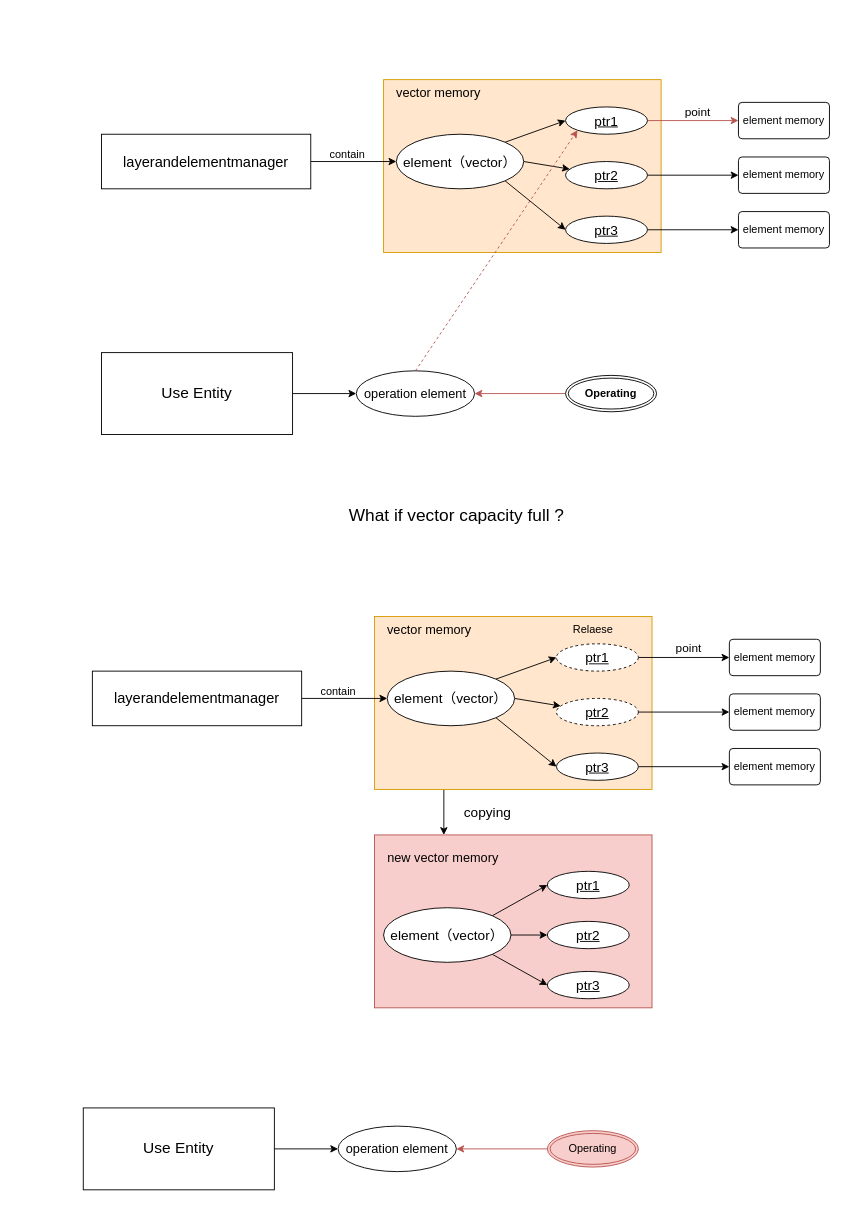
This is 崩溃猜想.drawio from Jev0987/drawioFile, a draw.io file, before an edit. Source tidied: cells renumbered, new cells numbered last; positions are measured from the earlier drawing's top-left corner, leaving out a move shared by most shapes. Both pictures are drawn from the tidied source at 91%, with x=0, y=0 at pixel (83, 79).
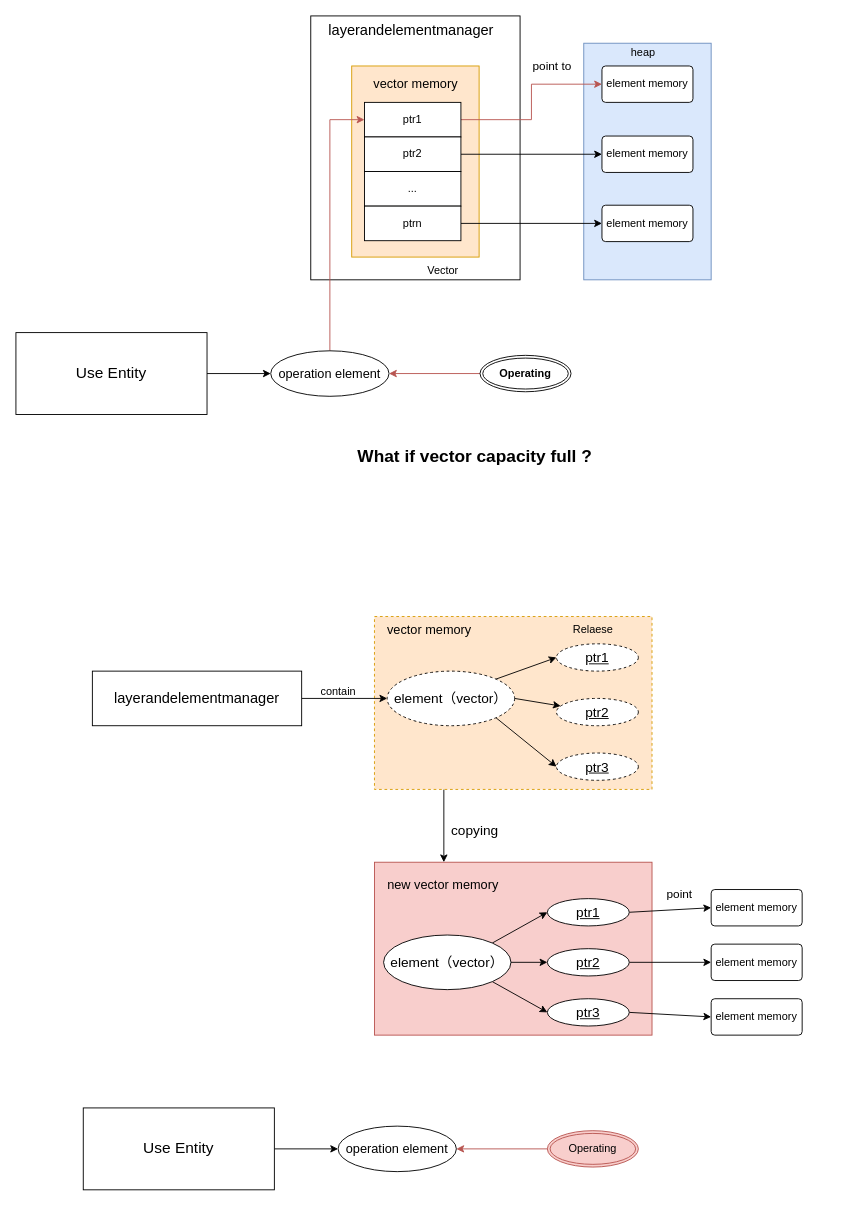
After the change.

Commit message:
更新崩溃猜想.drawio

Unchanged cells that the change refers to:
```xml
<mxCell id="39" value="ptr1" style="ellipse;whiteSpace=wrap;html=1;align=center;fontStyle=4;fontSize=15;dashed=1;" parent="1" vertex="1">
  <mxGeometry x="520" y="620" width="90" height="30" as="geometry" />
</mxCell>
<mxCell id="41" value="ptr2" style="ellipse;whiteSpace=wrap;html=1;align=center;fontStyle=4;fontSize=15;dashed=1;" parent="1" vertex="1">
  <mxGeometry x="520" y="680" width="90" height="30" as="geometry" />
</mxCell>
```

What changed in the source:
```diff
@@
+    <mxCell id="5" style="rounded=0;whiteSpace=wrap;html=1;fontSize=16;" parent="1" vertex="1">
+      <mxGeometry x="250" y="-70" width="230" height="290" as="geometry" />
+    </mxCell>
+    <mxCell id="64" style="rounded=0;whiteSpace=wrap;html=1;fillColor=#dae8fc;strokeColor=#6c8ebf;" parent="1" vertex="1">
+      <mxGeometry x="550" y="-40" width="140" height="260" as="geometry" />
+    </mxCell>
     <mxCell id="2" style="rounded=0;whiteSpace=wrap;html=1;fillColor=#f8cecc;strokeColor=#b85450;" parent="1" vertex="1">
-      <mxGeometry x="320" y="830" width="305" height="190" as="geometry" />
+      <mxGeometry x="320" y="860" width="305" height="190" as="geometry" />
     </mxCell>
     <mxCell id="3" style="rounded=0;whiteSpace=wrap;html=1;fillColor=#ffe6cc;strokeColor=#d79b00;" parent="1" vertex="1">
-      <mxGeometry x="330" width="305" height="190" as="geometry" />
+      <mxGeometry x="295" y="-15" width="140" height="210" as="geometry" />
     </mxCell>
-    <mxCell id="4" style="edgeStyle=orthogonalEdgeStyle;rounded=0;jettySize=auto;html=1;exitX=1;exitY=0.5;exitDx=0;exitDy=0;entryX=0;entryY=0.5;entryDx=0;entryDy=0;" parent="1" edge="1" source="5" target="9">
-      <mxGeometry relative="1" as="geometry" />
-    </mxCell>
-    <mxCell id="5" value="&lt;font style=&quot;font-size: 16px;&quot;&gt;layerandelementmanager&lt;/font&gt;" style="rounded=0;whiteSpace=wrap;html=1;fontSize=16;" parent="1" vertex="1">
-      <mxGeometry x="20" y="60" width="230" height="60" as="geometry" />
-    </mxCell>
-    <mxCell id="6" style="rounded=0;jettySize=auto;html=1;exitX=1;exitY=0;exitDx=0;exitDy=0;entryX=0;entryY=0.5;entryDx=0;entryDy=0;" parent="1" edge="1" source="9" target="12">
-      <mxGeometry relative="1" as="geometry" />
-    </mxCell>
-    <mxCell id="7" style="rounded=0;jettySize=auto;html=1;exitX=1;exitY=0.5;exitDx=0;exitDy=0;" parent="1" edge="1" source="9" target="14">
-      <mxGeometry relative="1" as="geometry" />
-    </mxCell>
-    <mxCell id="8" style="rounded=0;jettySize=auto;html=1;exitX=1;exitY=1;exitDx=0;exitDy=0;entryX=0;entryY=0.5;entryDx=0;entryDy=0;" parent="1" edge="1" source="9" target="16">
-      <mxGeometry relative="1" as="geometry" />
-    </mxCell>
-    <mxCell id="9" value="element（vector）" style="ellipse;whiteSpace=wrap;html=1;align=center;fontSize=15;" parent="1" vertex="1">
-      <mxGeometry x="344" y="60" width="140" height="60" as="geometry" />
-    </mxCell>
-    <mxCell id="10" value="contain" style="text;html=1;align=center;verticalAlign=middle;strokeColor=none;fillColor=none;" parent="1" vertex="1">
-      <mxGeometry x="260" y="68" width="60" height="30" as="geometry" />
-    </mxCell>
@@
-    <mxCell id="12" value="ptr1" style="ellipse;whiteSpace=wrap;html=1;align=center;fontStyle=4;fontSize=15;" parent="1" vertex="1">
-      <mxGeometry x="530" y="30" width="90" height="30" as="geometry" />
-    </mxCell>
@@
-    <mxCell id="14" value="ptr2" style="ellipse;whiteSpace=wrap;html=1;align=center;fontStyle=4;fontSize=15;" parent="1" vertex="1">
-      <mxGeometry x="530" y="90" width="90" height="30" as="geometry" />
-    </mxCell>
-    <mxCell id="15" style="edgeStyle=orthogonalEdgeStyle;rounded=0;jettySize=auto;html=1;exitX=1;exitY=0.5;exitDx=0;exitDy=0;entryX=0;entryY=0.5;entryDx=0;entryDy=0;" parent="1" edge="1" source="16" target="19">
+    <mxCell id="15" style="edgeStyle=orthogonalEdgeStyle;rounded=0;jettySize=auto;html=1;exitX=1;exitY=0.5;exitDx=0;exitDy=0;entryX=0;entryY=0.5;entryDx=0;entryDy=0;" parent="1" edge="1" source="66" target="19">
       <mxGeometry relative="1" as="geometry" />
     </mxCell>
-    <mxCell id="16" value="ptr3" style="ellipse;whiteSpace=wrap;html=1;align=center;fontStyle=4;fontSize=15;" parent="1" vertex="1">
-      <mxGeometry x="530" y="150" width="90" height="30" as="geometry" />
-    </mxCell>
     <mxCell id="17" value="element memory" style="rounded=1;arcSize=10;whiteSpace=wrap;html=1;align=center;" parent="1" vertex="1">
-      <mxGeometry x="720" y="25" width="100" height="40" as="geometry" />
+      <mxGeometry x="570" y="-15" width="100" height="40" as="geometry" />
     </mxCell>
     <mxCell id="18" value="element memory" style="rounded=1;arcSize=10;whiteSpace=wrap;html=1;align=center;" parent="1" vertex="1">
-      <mxGeometry x="720" y="85" width="100" height="40" as="geometry" />
+      <mxGeometry x="570" y="62" width="100" height="40" as="geometry" />
     </mxCell>
     <mxCell id="19" value="element memory" style="rounded=1;arcSize=10;whiteSpace=wrap;html=1;align=center;" parent="1" vertex="1">
-      <mxGeometry x="720" y="145" width="100" height="40" as="geometry" />
+      <mxGeometry x="570" y="138" width="100" height="40" as="geometry" />
     </mxCell>
     <mxCell id="20" value="vector memory" style="text;html=1;align=center;verticalAlign=middle;strokeColor=none;fillColor=none;fontSize=14;" parent="1" vertex="1">
-      <mxGeometry x="330" width="120" height="30" as="geometry" />
+      <mxGeometry x="305" y="-10" width="120" height="30" as="geometry" />
     </mxCell>
-    <mxCell id="21" value="point" style="text;html=1;align=center;verticalAlign=middle;strokeColor=none;fillColor=none;fontSize=13;" parent="1" vertex="1">
-      <mxGeometry x="650" y="20" width="50" height="30" as="geometry" />
+    <mxCell id="21" value="point to" style="text;html=1;align=center;verticalAlign=middle;strokeColor=none;fillColor=none;fontSize=13;" parent="1" vertex="1">
+      <mxGeometry x="480" y="-30" width="70" height="30" as="geometry" />
     </mxCell>
@@
     <mxCell id="23" value="Use Entity" style="whiteSpace=wrap;html=1;align=center;fontSize=17;" parent="1" vertex="1">
-      <mxGeometry x="20" y="300" width="210" height="90" as="geometry" />
+      <mxGeometry x="-74" y="278" width="210" height="90" as="geometry" />
     </mxCell>
-    <mxCell id="24" value="What if vector capacity full ?" style="text;html=1;align=center;verticalAlign=middle;strokeColor=none;fillColor=none;fontSize=19;" parent="1" vertex="1">
-      <mxGeometry x="280" y="460" width="260" height="40" as="geometry" />
+    <mxCell id="24" value="&lt;b&gt;What if vector capacity full ?&lt;/b&gt;" style="text;html=1;align=center;verticalAlign=middle;strokeColor=none;fillColor=none;fontSize=19;" parent="1" vertex="1">
+      <mxGeometry x="290" y="395" width="280" height="40" as="geometry" />
     </mxCell>
-    <mxCell id="25" style="rounded=0;jettySize=auto;html=1;exitX=0.5;exitY=0;exitDx=0;exitDy=0;entryX=0;entryY=1;entryDx=0;entryDy=0;dashed=1;fillColor=#f8cecc;strokeColor=#b85450;" parent="1" edge="1" source="26" target="12">
+    <mxCell id="25" style="edgeStyle=orthogonalEdgeStyle;rounded=0;jettySize=auto;html=1;exitX=0.5;exitY=0;exitDx=0;exitDy=0;entryX=0;entryY=0.5;entryDx=0;entryDy=0;fillColor=#f8cecc;strokeColor=#b85450;" parent="1" edge="1" source="26" target="12">
       <mxGeometry relative="1" as="geometry" />
     </mxCell>
     <mxCell id="26" value="operation element" style="ellipse;whiteSpace=wrap;html=1;align=center;fontSize=14;" parent="1" vertex="1">
-      <mxGeometry x="300" y="320" width="130" height="50" as="geometry" />
+      <mxGeometry x="206" y="298" width="130" height="50" as="geometry" />
     </mxCell>
@@
     <mxCell id="28" value="&lt;span&gt;Operating&lt;/span&gt;" style="ellipse;shape=doubleEllipse;margin=3;whiteSpace=wrap;html=1;align=center;fontStyle=1;" parent="1" vertex="1">
-      <mxGeometry x="530" y="325" width="100" height="40" as="geometry" />
+      <mxGeometry x="436" y="303" width="100" height="40" as="geometry" />
     </mxCell>
@@
-    <mxCell id="30" style="rounded=0;whiteSpace=wrap;html=1;fillColor=#ffe6cc;strokeColor=#d79b00;" parent="1" vertex="1">
+    <mxCell id="30" style="rounded=0;whiteSpace=wrap;html=1;fillColor=#ffe6cc;strokeColor=#d79b00;dashed=1;" parent="1" vertex="1">
       <mxGeometry x="320" y="590" width="305" height="190" as="geometry" />
     </mxCell>
@@
-    <mxCell id="36" value="element（vector）" style="ellipse;whiteSpace=wrap;html=1;align=center;fontSize=15;" parent="1" vertex="1">
+    <mxCell id="36" value="element（vector）" style="ellipse;whiteSpace=wrap;html=1;align=center;fontSize=15;dashed=1;" parent="1" vertex="1">
       <mxGeometry x="334" y="650" width="140" height="60" as="geometry" />
     </mxCell>
@@
-    <mxCell id="38" style="edgeStyle=orthogonalEdgeStyle;rounded=0;jettySize=auto;html=1;exitX=1;exitY=0.5;exitDx=0;exitDy=0;entryX=0;entryY=0.5;entryDx=0;entryDy=0;" parent="1" edge="1" source="39" target="44">
+    <mxCell id="38" style="rounded=0;jettySize=auto;html=1;exitX=1;exitY=0.5;exitDx=0;exitDy=0;entryX=0;entryY=0.5;entryDx=0;entryDy=0;" parent="1" edge="1" source="60" target="44">
       <mxGeometry relative="1" as="geometry" />
     </mxCell>
@@
-    <mxCell id="40" style="edgeStyle=orthogonalEdgeStyle;rounded=0;jettySize=auto;html=1;exitX=1;exitY=0.5;exitDx=0;exitDy=0;entryX=0;entryY=0.5;entryDx=0;entryDy=0;" parent="1" edge="1" source="41" target="45">
+    <mxCell id="40" style="rounded=0;jettySize=auto;html=1;exitX=1;exitY=0.5;exitDx=0;exitDy=0;entryX=0;entryY=0.5;entryDx=0;entryDy=0;" parent="1" edge="1" source="61" target="45">
       <mxGeometry relative="1" as="geometry" />
     </mxCell>
@@
-    <mxCell id="42" style="edgeStyle=orthogonalEdgeStyle;rounded=0;jettySize=auto;html=1;exitX=1;exitY=0.5;exitDx=0;exitDy=0;entryX=0;entryY=0.5;entryDx=0;entryDy=0;" parent="1" edge="1" source="43" target="46">
+    <mxCell id="42" style="rounded=0;jettySize=auto;html=1;exitX=1;exitY=0.5;exitDx=0;exitDy=0;entryX=0;entryY=0.5;entryDx=0;entryDy=0;" parent="1" edge="1" source="62" target="46">
       <mxGeometry relative="1" as="geometry" />
     </mxCell>
-    <mxCell id="43" value="ptr3" style="ellipse;whiteSpace=wrap;html=1;align=center;fontStyle=4;fontSize=15;" parent="1" vertex="1">
+    <mxCell id="43" value="ptr3" style="ellipse;whiteSpace=wrap;html=1;align=center;fontStyle=4;fontSize=15;dashed=1;" parent="1" vertex="1">
       <mxGeometry x="520" y="740" width="90" height="30" as="geometry" />
     </mxCell>
     <mxCell id="44" value="element memory" style="rounded=1;arcSize=10;whiteSpace=wrap;html=1;align=center;" parent="1" vertex="1">
-      <mxGeometry x="710" y="615" width="100" height="40" as="geometry" />
+      <mxGeometry x="690" y="890" width="100" height="40" as="geometry" />
     </mxCell>
     <mxCell id="45" value="element memory" style="rounded=1;arcSize=10;whiteSpace=wrap;html=1;align=center;" parent="1" vertex="1">
-      <mxGeometry x="710" y="675" width="100" height="40" as="geometry" />
+      <mxGeometry x="690" y="950" width="100" height="40" as="geometry" />
     </mxCell>
     <mxCell id="46" value="element memory" style="rounded=1;arcSize=10;whiteSpace=wrap;html=1;align=center;" parent="1" vertex="1">
-      <mxGeometry x="710" y="735" width="100" height="40" as="geometry" />
+      <mxGeometry x="690" y="1010" width="100" height="40" as="geometry" />
     </mxCell>
@@
     <mxCell id="48" value="point" style="text;html=1;align=center;verticalAlign=middle;strokeColor=none;fillColor=none;fontSize=13;" parent="1" vertex="1">
-      <mxGeometry x="640" y="610" width="50" height="30" as="geometry" />
+      <mxGeometry x="630" y="880" width="50" height="30" as="geometry" />
     </mxCell>
@@
     <mxCell id="54" value="new vector memory" style="text;html=1;align=center;verticalAlign=middle;strokeColor=none;fillColor=none;fontSize=14;" parent="1" vertex="1">
-      <mxGeometry x="320" y="840" width="150" height="30" as="geometry" />
+      <mxGeometry x="320" y="870" width="150" height="30" as="geometry" />
     </mxCell>
@@
     <mxCell id="58" value="element（vector）" style="ellipse;whiteSpace=wrap;html=1;align=center;fontSize=15;" parent="1" vertex="1">
-      <mxGeometry x="330" y="910" width="140" height="60" as="geometry" />
+      <mxGeometry x="330" y="940" width="140" height="60" as="geometry" />
     </mxCell>
     <mxCell id="59" value="copying" style="text;html=1;align=center;verticalAlign=middle;strokeColor=none;fillColor=none;strokeWidth=4;fontSize=15;" parent="1" vertex="1">
-      <mxGeometry x="404" y="790" width="80" height="30" as="geometry" />
+      <mxGeometry x="390" y="810" width="80" height="30" as="geometry" />
     </mxCell>
     <mxCell id="60" value="ptr1" style="ellipse;whiteSpace=wrap;html=1;align=center;fontStyle=4;fontSize=15;" parent="1" vertex="1">
-      <mxGeometry x="510" y="870" width="90" height="30" as="geometry" />
+      <mxGeometry x="510" y="900" width="90" height="30" as="geometry" />
     </mxCell>
     <mxCell id="61" value="ptr2" style="ellipse;whiteSpace=wrap;html=1;align=center;fontStyle=4;fontSize=15;" parent="1" vertex="1">
-      <mxGeometry x="510" y="925" width="90" height="30" as="geometry" />
+      <mxGeometry x="510" y="955" width="90" height="30" as="geometry" />
     </mxCell>
     <mxCell id="62" value="ptr3" style="ellipse;whiteSpace=wrap;html=1;align=center;fontStyle=4;fontSize=15;" parent="1" vertex="1">
-      <mxGeometry x="510" y="980" width="90" height="30" as="geometry" />
+      <mxGeometry x="510" y="1010" width="90" height="30" as="geometry" />
     </mxCell>
@@
+    <mxCell id="12" value="ptr1" style="rounded=0;whiteSpace=wrap;html=1;" parent="1" vertex="1">
+      <mxGeometry x="309" y="25" width="106" height="38" as="geometry" />
+    </mxCell>
+    <mxCell id="14" value="ptr2" style="rounded=0;whiteSpace=wrap;html=1;" parent="1" vertex="1">
+      <mxGeometry x="309" y="63" width="106" height="38" as="geometry" />
+    </mxCell>
+    <mxCell id="65" value="..." style="rounded=0;whiteSpace=wrap;html=1;" parent="1" vertex="1">
+      <mxGeometry x="309" y="101" width="106" height="38" as="geometry" />
+    </mxCell>
+    <mxCell id="66" value="ptrn" style="rounded=0;whiteSpace=wrap;html=1;" parent="1" vertex="1">
+      <mxGeometry x="309" y="139" width="106" height="38" as="geometry" />
+    </mxCell>
+    <mxCell id="67" value="heap" style="text;html=1;align=center;verticalAlign=middle;strokeColor=none;fillColor=none;" parent="1" vertex="1">
+      <mxGeometry x="590" y="-45" width="50" height="30" as="geometry" />
+    </mxCell>
+    <mxCell id="68" value="Vector" style="text;html=1;align=center;verticalAlign=middle;strokeColor=none;fillColor=none;" parent="1" vertex="1">
+      <mxGeometry x="365" y="195" width="60" height="30" as="geometry" />
+    </mxCell>
+    <mxCell id="69" value="&lt;span style=&quot;font-size: 16px; text-wrap: wrap;&quot;&gt;layerandelementmanager&lt;/span&gt;" style="text;html=1;align=center;verticalAlign=middle;strokeColor=none;fillColor=none;" parent="1" vertex="1">
+      <mxGeometry x="260" y="-70" width="200" height="30" as="geometry" />
+    </mxCell>
```
